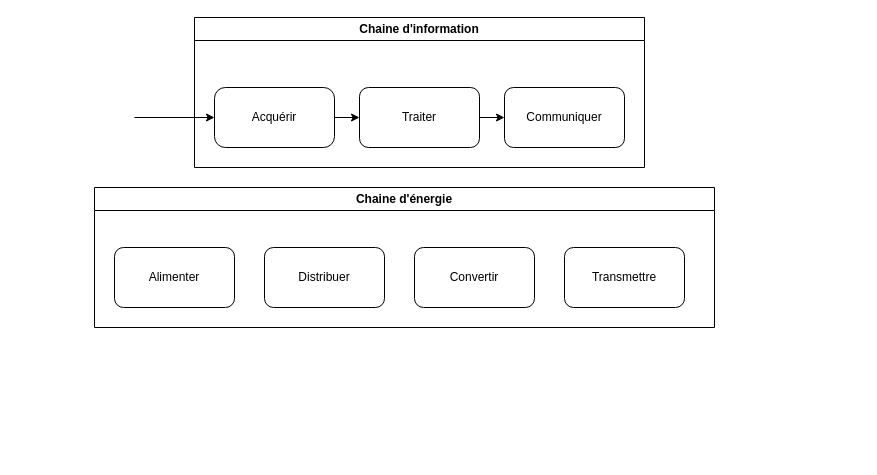
Above: Diagramme sans nom.drawio in polosibSI/TerminalSI (draw.io), before the change. Source tidied: cells renumbered, new cells numbered last; positions are measured from the earlier drawing's top-left corner, leaving out a move shared by most shapes. Both pictures are drawn from the tidied source at 100%, with x=0, y=0 at pixel (94, 17).
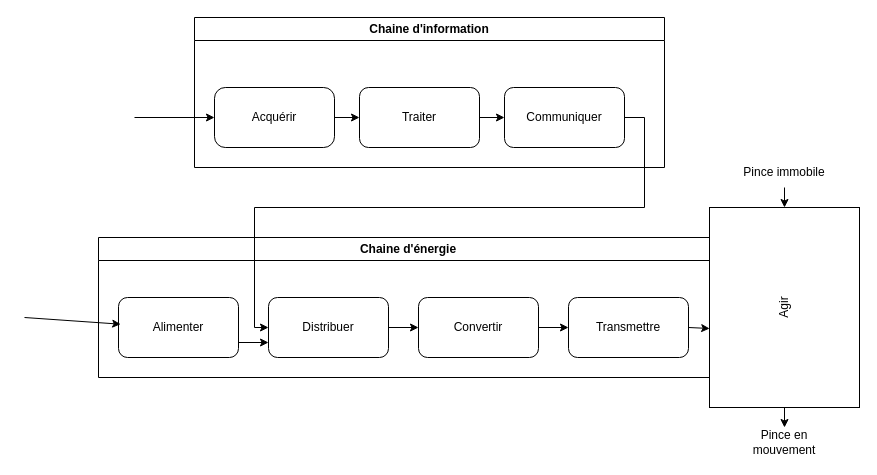
The same page after the edit.

Commit message (it also covers changes not shown here):
Mettre à jour Diagramme sans nom.drawio

Unchanged cells that the change refers to:
```xml
<mxCell id="5" value="Communiquer" style="rounded=1;whiteSpace=wrap;html=1;" parent="2" vertex="1">
  <mxGeometry x="310" y="70" width="120" height="60" as="geometry" />
</mxCell>
<mxCell id="9" value="Alimenter&lt;br&gt;" style="rounded=1;whiteSpace=wrap;html=1;" parent="8" vertex="1">
  <mxGeometry x="20" y="60" width="120" height="60" as="geometry" />
</mxCell>
<mxCell id="10" value="Distribuer" style="rounded=1;whiteSpace=wrap;html=1;" parent="8" vertex="1">
  <mxGeometry x="170" y="60" width="120" height="60" as="geometry" />
</mxCell>
<mxCell id="11" value="Convertir" style="rounded=1;whiteSpace=wrap;html=1;" parent="8" vertex="1">
  <mxGeometry x="320" y="60" width="120" height="60" as="geometry" />
</mxCell>
<mxCell id="12" value="Transmettre" style="rounded=1;whiteSpace=wrap;html=1;" parent="8" vertex="1">
  <mxGeometry x="470" y="60" width="120" height="60" as="geometry" />
</mxCell>
```

Diff of the diagram source:
```diff
@@
     <mxCell id="2" value="Chaine d'information&lt;br&gt;" style="swimlane;whiteSpace=wrap;html=1;" parent="1" vertex="1">
-      <mxGeometry x="100" width="450" height="150" as="geometry" />
+      <mxGeometry x="100" width="470" height="150" as="geometry" />
     </mxCell>
@@
     <mxCell id="8" value="Chaine d'énergie&lt;br&gt;" style="swimlane;whiteSpace=wrap;html=1;" parent="1" vertex="1">
-      <mxGeometry y="170" width="620" height="140" as="geometry" />
+      <mxGeometry x="4" y="220" width="620" height="140" as="geometry" />
     </mxCell>
@@
+    <mxCell id="14" style="endArrow=classic;html=1;rounded=0;exitX=1;exitY=0.75;exitDx=0;exitDy=0;entryX=0;entryY=0.75;entryDx=0;entryDy=0;" parent="8" edge="1" source="9" target="10">
+      <mxGeometry relative="1" as="geometry" />
+    </mxCell>
+    <mxCell id="15" style="endArrow=classic;html=1;rounded=0;exitX=1;exitY=0.5;exitDx=0;exitDy=0;" parent="8" edge="1" source="10" target="11">
+      <mxGeometry relative="1" as="geometry" />
+    </mxCell>
+    <mxCell id="16" style="endArrow=classic;html=1;rounded=0;exitX=1;exitY=0.5;exitDx=0;exitDy=0;entryX=0;entryY=0.5;entryDx=0;entryDy=0;" parent="8" edge="1" source="11" target="12">
+      <mxGeometry relative="1" as="geometry" />
+    </mxCell>
@@
+    <mxCell id="17" style="endArrow=classic;html=1;rounded=0;exitX=1;exitY=0.5;exitDx=0;exitDy=0;entryX=0;entryY=0.5;entryDx=0;entryDy=0;" parent="1" edge="1" source="5" target="10">
+      <mxGeometry relative="1" as="geometry">
+        <Array as="points">
+          <mxPoint x="550" y="100" />
+          <mxPoint x="550" y="190" />
+          <mxPoint x="160" y="190" />
+          <mxPoint x="160" y="310" />
+        </Array>
+      </mxGeometry>
+    </mxCell>
+    <mxCell id="18" style="endArrow=classic;html=1;rounded=0;entryX=0.018;entryY=0.445;entryDx=0;entryDy=0;entryPerimeter=0;" parent="1" edge="1" target="9">
+      <mxGeometry relative="1" as="geometry">
+        <mxPoint x="-70" y="300" as="sourcePoint" />
+      </mxGeometry>
+    </mxCell>
+    <mxCell id="19" value="Agir&lt;br&gt;" style="rounded=0;whiteSpace=wrap;html=1;rotation=-90;" parent="1" vertex="1">
+      <mxGeometry x="590" y="215" width="200" height="150" as="geometry" />
+    </mxCell>
+    <mxCell id="20" style="endArrow=classic;html=1;rounded=0;exitX=1;exitY=0.5;exitDx=0;exitDy=0;entryX=0.395;entryY=0.001;entryDx=0;entryDy=0;entryPerimeter=0;" parent="1" edge="1" source="12" target="19">
+      <mxGeometry relative="1" as="geometry" />
+    </mxCell>
+    <mxCell id="21" value="Pince immobile" style="text;html=1;strokeColor=none;fillColor=none;align=center;verticalAlign=middle;whiteSpace=wrap;rounded=0;" parent="1" vertex="1">
+      <mxGeometry x="645" y="140" width="90" height="30" as="geometry" />
+    </mxCell>
+    <mxCell id="22" value="Pince en mouvement" style="text;html=1;strokeColor=none;fillColor=none;align=center;verticalAlign=middle;whiteSpace=wrap;rounded=0;" parent="1" vertex="1">
+      <mxGeometry x="660" y="410" width="60" height="30" as="geometry" />
+    </mxCell>
+    <mxCell id="23" style="endArrow=classic;html=1;rounded=0;exitX=0.5;exitY=1;exitDx=0;exitDy=0;entryX=1;entryY=0.5;entryDx=0;entryDy=0;" parent="1" edge="1" source="21" target="19">
+      <mxGeometry relative="1" as="geometry" />
+    </mxCell>
+    <mxCell id="24" style="endArrow=classic;html=1;rounded=0;entryX=0.5;entryY=0;entryDx=0;entryDy=0;" parent="1" edge="1" target="22">
+      <mxGeometry relative="1" as="geometry">
+        <mxPoint x="690" y="390" as="sourcePoint" />
+      </mxGeometry>
+    </mxCell>
```
